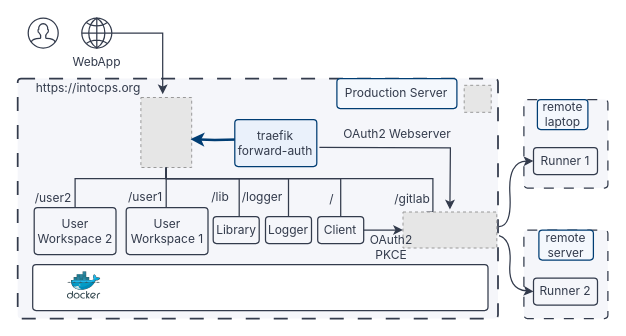
INTO-CPS-Association/DTaaS keeps this draw.io diagram as page "admin/gitlab/gitlab-integrated-runner.png" (6 of 36) of docs/assets/diagrams/dtaas-diagrams.drawio. Above is the earlier version. Source tidied: cells renumbered, new cells numbered last; positions are measured from the earlier drawing's top-left corner, leaving out a move shared by most shapes. Both pictures are drawn from the tidied source at 100%, with x=0, y=0 at pixel (17, 18). Pictures stored in the file or linked from it are replaced by grey dashed boxes.
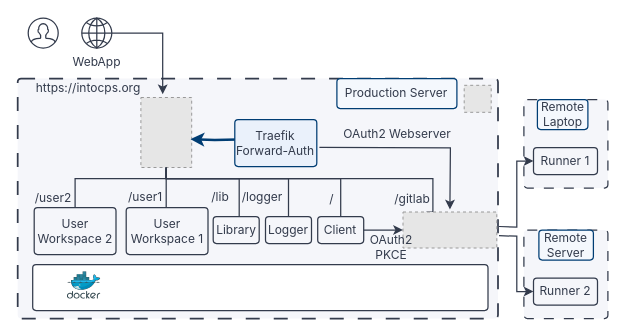
After the change.

The change refers to these unchanged cells:
```xml
<mxCell id="27" value="Runner 1" style="rounded=1;whiteSpace=wrap;html=1;rotation=0;fillColor=none;strokeColor=#333b4c;strokeWidth=1.25;absoluteArcSize=1;arcSize=6.75;fontColor=#333b4c;fontFamily=Inter;fontSize=12;" parent="1" vertex="1">
  <mxGeometry x="516" y="129" width="64" height="27" as="geometry" />
</mxCell>
<mxCell id="37" value="Runner 2" style="rounded=1;whiteSpace=wrap;html=1;rotation=0;fillColor=none;strokeColor=#333b4c;strokeWidth=1.25;absoluteArcSize=1;arcSize=6.75;fontColor=#333b4c;fontFamily=Inter;fontSize=12;" parent="1" vertex="1">
  <mxGeometry x="516" y="259.5" width="64" height="27" as="geometry" />
</mxCell>
```

Diff of the diagram source:
```diff
@@
-    <mxCell id="28" value="&lt;span&gt;traefik forward-auth&lt;/span&gt;" style="rounded=1;whiteSpace=wrap;html=1;fillColor=#eaf1fb;strokeColor=#003d73;strokeWidth=1.25;absoluteArcSize=1;arcSize=6.75;fontColor=#333b4c;fontFamily=Inter;fontSize=12;" parent="1" vertex="1">
+    <mxCell id="28" value="&lt;span&gt;Traefik Forward-Auth&lt;/span&gt;" style="rounded=1;whiteSpace=wrap;html=1;fillColor=#eaf1fb;strokeColor=#003d73;strokeWidth=1.25;absoluteArcSize=1;arcSize=6.75;fontColor=#333b4c;fontFamily=Inter;fontSize=12;" parent="1" vertex="1">
       <mxGeometry x="217.3" y="101" width="82" height="47" as="geometry" />
     </mxCell>
@@
-    <mxCell id="35" value="&lt;font&gt;remote laptop&lt;/font&gt;" style="text;html=1;strokeColor=#003d73;fillColor=#f4f8fd;align=center;verticalAlign=middle;whiteSpace=wrap;rounded=1;strokeWidth=1.25;absoluteArcSize=1;arcSize=6.75;fontColor=#333b4c;fontFamily=Inter;fontSize=12;" parent="1" vertex="1">
+    <mxCell id="35" value="&lt;font&gt;Remote Laptop&lt;/font&gt;" style="text;html=1;strokeColor=#003d73;fillColor=#f4f8fd;align=center;verticalAlign=middle;whiteSpace=wrap;rounded=1;strokeWidth=1.25;absoluteArcSize=1;arcSize=6.75;fontColor=#333b4c;fontFamily=Inter;fontSize=12;" parent="1" vertex="1">
       <mxGeometry x="519.9" y="81" width="50.5" height="30" as="geometry" />
     </mxCell>
@@
-    <mxCell id="38" value="&lt;font&gt;remote server&lt;/font&gt;" style="text;html=1;strokeColor=#003d73;fillColor=#f4f8fd;align=center;verticalAlign=middle;whiteSpace=wrap;rounded=1;strokeWidth=1.25;absoluteArcSize=1;arcSize=6.75;fontColor=#333b4c;fontFamily=Inter;fontSize=12;" parent="1" vertex="1">
+    <mxCell id="38" value="&lt;font&gt;Remote Server&lt;/font&gt;" style="text;html=1;strokeColor=#003d73;fillColor=#f4f8fd;align=center;verticalAlign=middle;whiteSpace=wrap;rounded=1;strokeWidth=1.25;absoluteArcSize=1;arcSize=6.75;fontColor=#333b4c;fontFamily=Inter;fontSize=12;" parent="1" vertex="1">
       <mxGeometry x="521.4" y="211.5" width="54.5" height="30" as="geometry" />
     </mxCell>
-    <mxCell id="39" style="curved=1;endArrow=classic;html=1;rounded=0;entryX=0;entryY=0.5;entryDx=0;entryDy=0;strokeColor=#333b4c;strokeWidth=1.25;" parent="1" edge="1" target="37">
+    <mxCell id="39" style="endArrow=classic;html=1;rounded=0;entryX=0;entryY=0.5;entryDx=0;entryDy=0;strokeColor=#333b4c;strokeWidth=1.25;edgeStyle=orthogonalEdgeStyle;" parent="1" edge="1" target="37">
       <mxGeometry relative="1" as="geometry">
         <mxPoint x="481.5" y="217.2" as="sourcePoint" />
-        <Array as="points">
-          <mxPoint x="494.4" y="221" />
-          <mxPoint x="490.4" y="271" />
-        </Array>
       </mxGeometry>
     </mxCell>
-    <mxCell id="40" style="curved=1;endArrow=classic;html=1;rounded=0;exitX=1;exitY=0.75;exitDx=0;exitDy=0;entryX=0;entryY=0.5;entryDx=0;entryDy=0;strokeColor=#333b4c;strokeWidth=1.25;" parent="1" edge="1" target="27">
+    <mxCell id="40" style="endArrow=classic;html=1;rounded=0;exitX=1;exitY=0.75;exitDx=0;exitDy=0;entryX=0;entryY=0.5;entryDx=0;entryDy=0;strokeColor=#333b4c;strokeWidth=1.25;edgeStyle=orthogonalEdgeStyle;" parent="1" edge="1" target="27">
       <mxGeometry relative="1" as="geometry">
         <mxPoint x="481.5" y="208" as="sourcePoint" />
-        <Array as="points">
-          <mxPoint x="494.4" y="208" />
-          <mxPoint x="490.4" y="143" />
-        </Array>
       </mxGeometry>
     </mxCell>
-    <mxCell id="41" style="html=1;verticalLabelPosition=bottom;align=center;labelBackgroundColor=#ffffff;verticalAlign=top;strokeWidth=1.25;strokeColor=#333b4c;shadow=0;dashed=0;shape=mxgraph.ios7.icons.user;" parent="1" vertex="1">
+    <mxCell id="41" style="html=1;verticalLabelPosition=bottom;align=center;verticalAlign=top;strokeWidth=1.25;strokeColor=#333b4c;shadow=0;dashed=0;shape=mxgraph.ios7.icons.user;" parent="1" vertex="1">
       <mxGeometry x="10.7" y="-0.5" width="30" height="30" as="geometry" />
     </mxCell>
```
